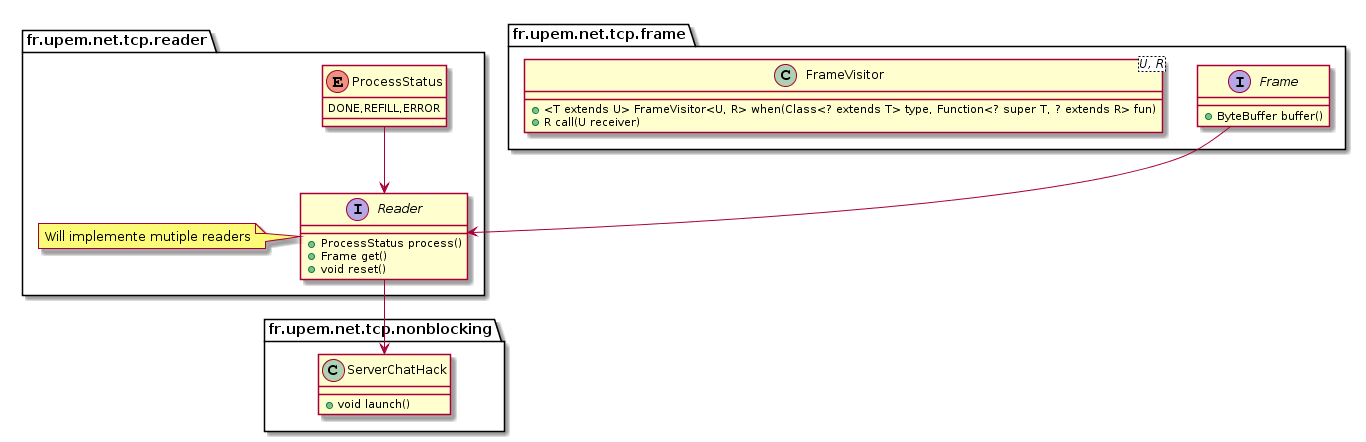
Before: uml.png, a diagram exported from PlantUML (alopesmendes/ChatHack).
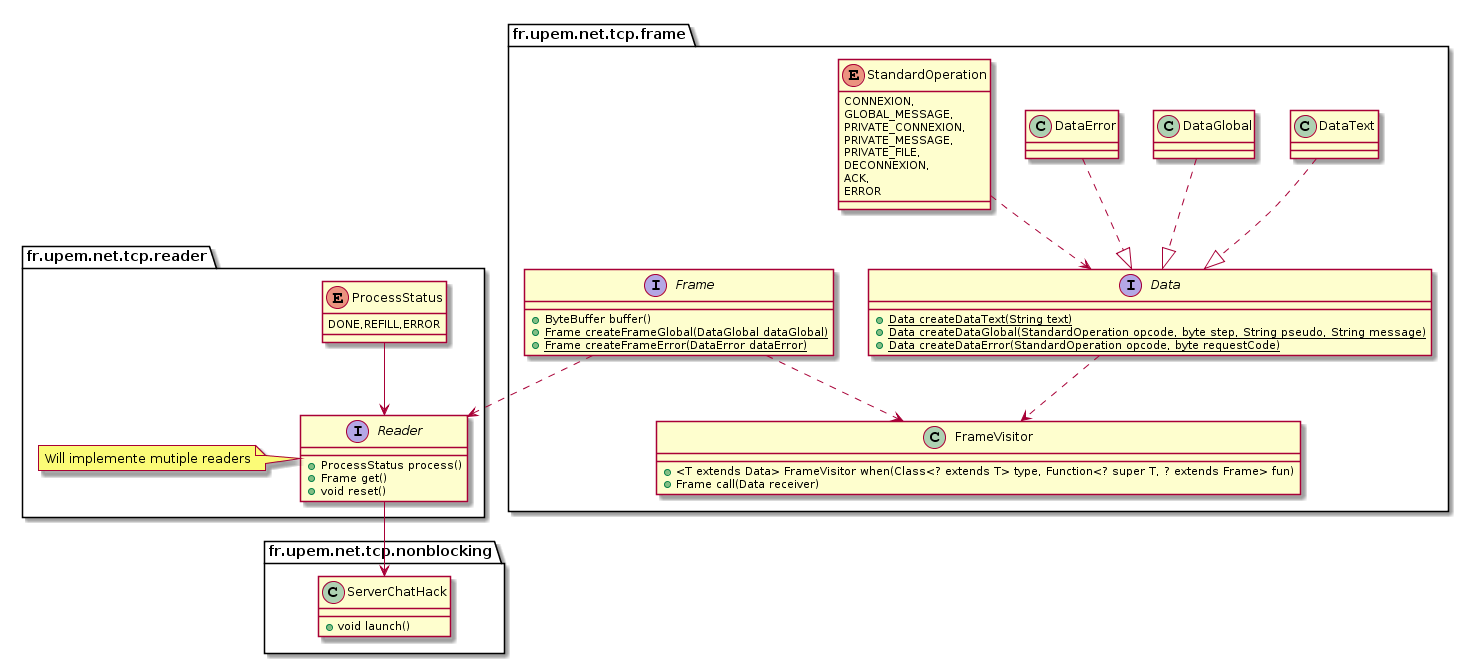
After the commit.

Diff of the diagram source:
```diff
@@ -25,13 +25,44 @@
 package fr.upem.net.tcp.frame {
     interface Frame {
         +ByteBuffer buffer()
+        {static}+Frame createFrameGlobal(DataGlobal dataGlobal)
+        {static}+Frame createFrameError(DataError dataError)
     }
 
-    class FrameVisitor<U, R> {
-        +<T extends U> FrameVisitor<U, R> when(Class<? extends T> type, Function<? super T, ? extends R> fun)
-        +R call(U receiver)
+    interface Data {
+        {static}+Data createDataText(String text)
+        {static}+Data createDataGlobal(StandardOperation opcode, byte step, String pseudo, String message)
+        {static}+Data createDataError(StandardOperation opcode, byte requestCode)
     }
 
-    Frame --> Reader
+    class DataText {}
+
+    class DataGlobal {}
+
+    class DataError {}
+
+    class FrameVisitor {
+        +<T extends Data> FrameVisitor when(Class<? extends T> type, Function<? super T, ? extends Frame> fun)
+        +Frame call(Data receiver)
+    }
+
+    enum StandardOperation {
+        CONNEXION,
+        GLOBAL_MESSAGE,
+        PRIVATE_CONNEXION,
+        PRIVATE_MESSAGE,
+	    PRIVATE_FILE,
+	    DECONNEXION,
+	    ACK,
+	    ERROR
+    }
+
+    Frame ..> Reader
+    DataText ..|> Data
+    DataGlobal ..|> Data
+    DataError ..|> Data
+    Data ..> FrameVisitor
+    Frame ..> FrameVisitor
+    StandardOperation ..> Data
 }
 @enduml
```
